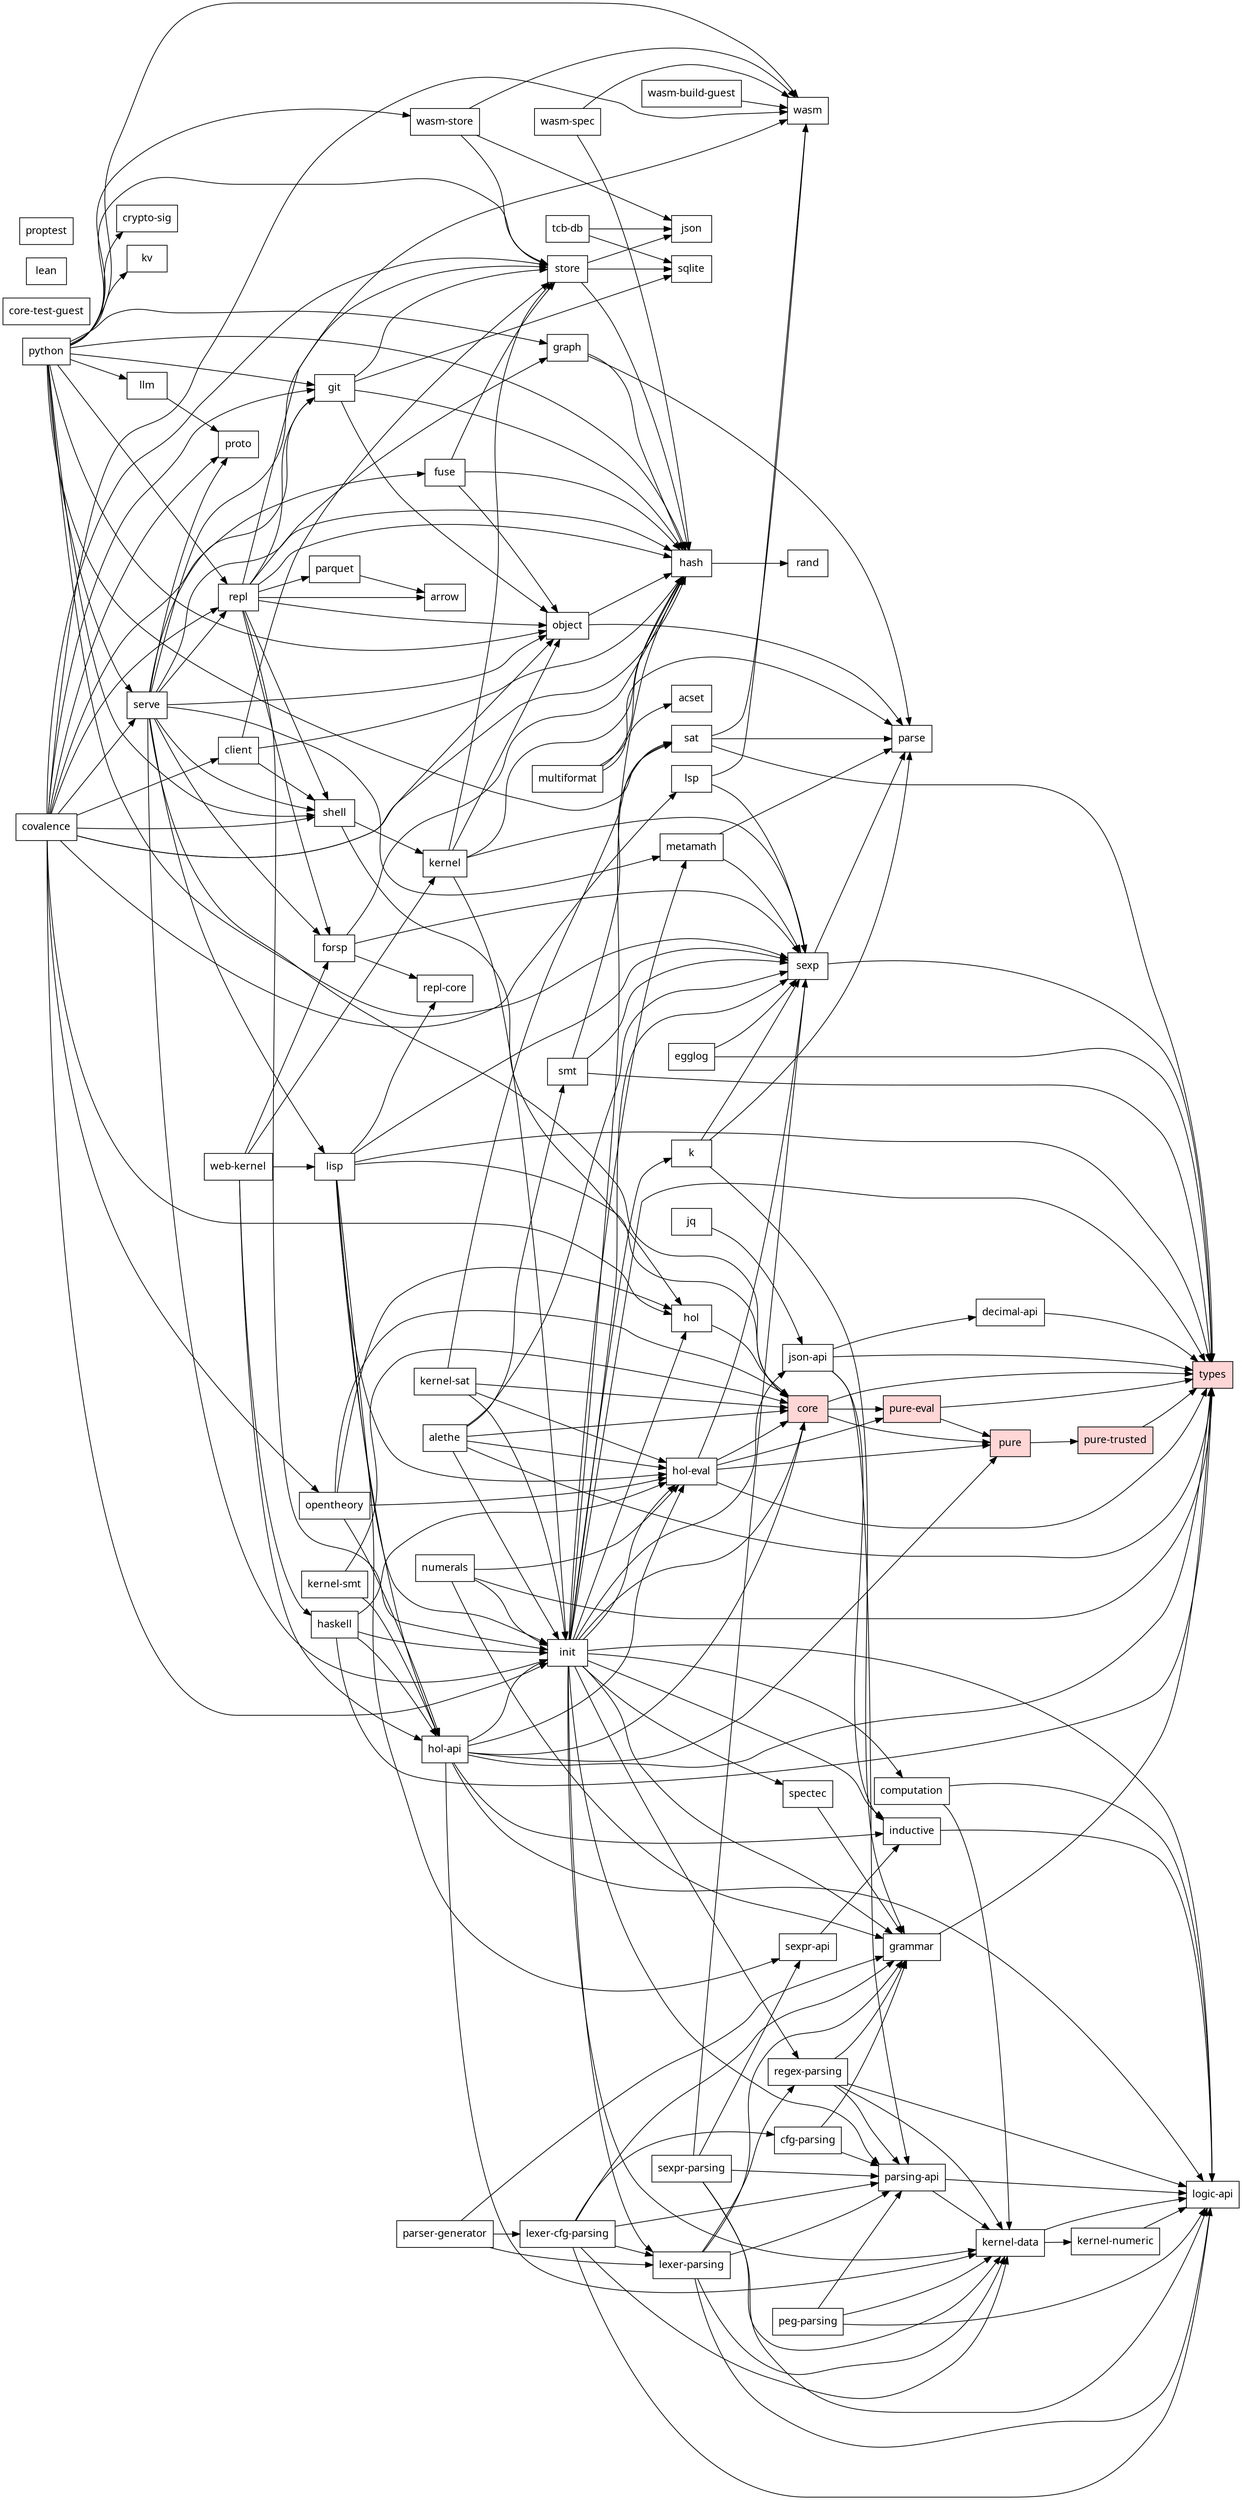
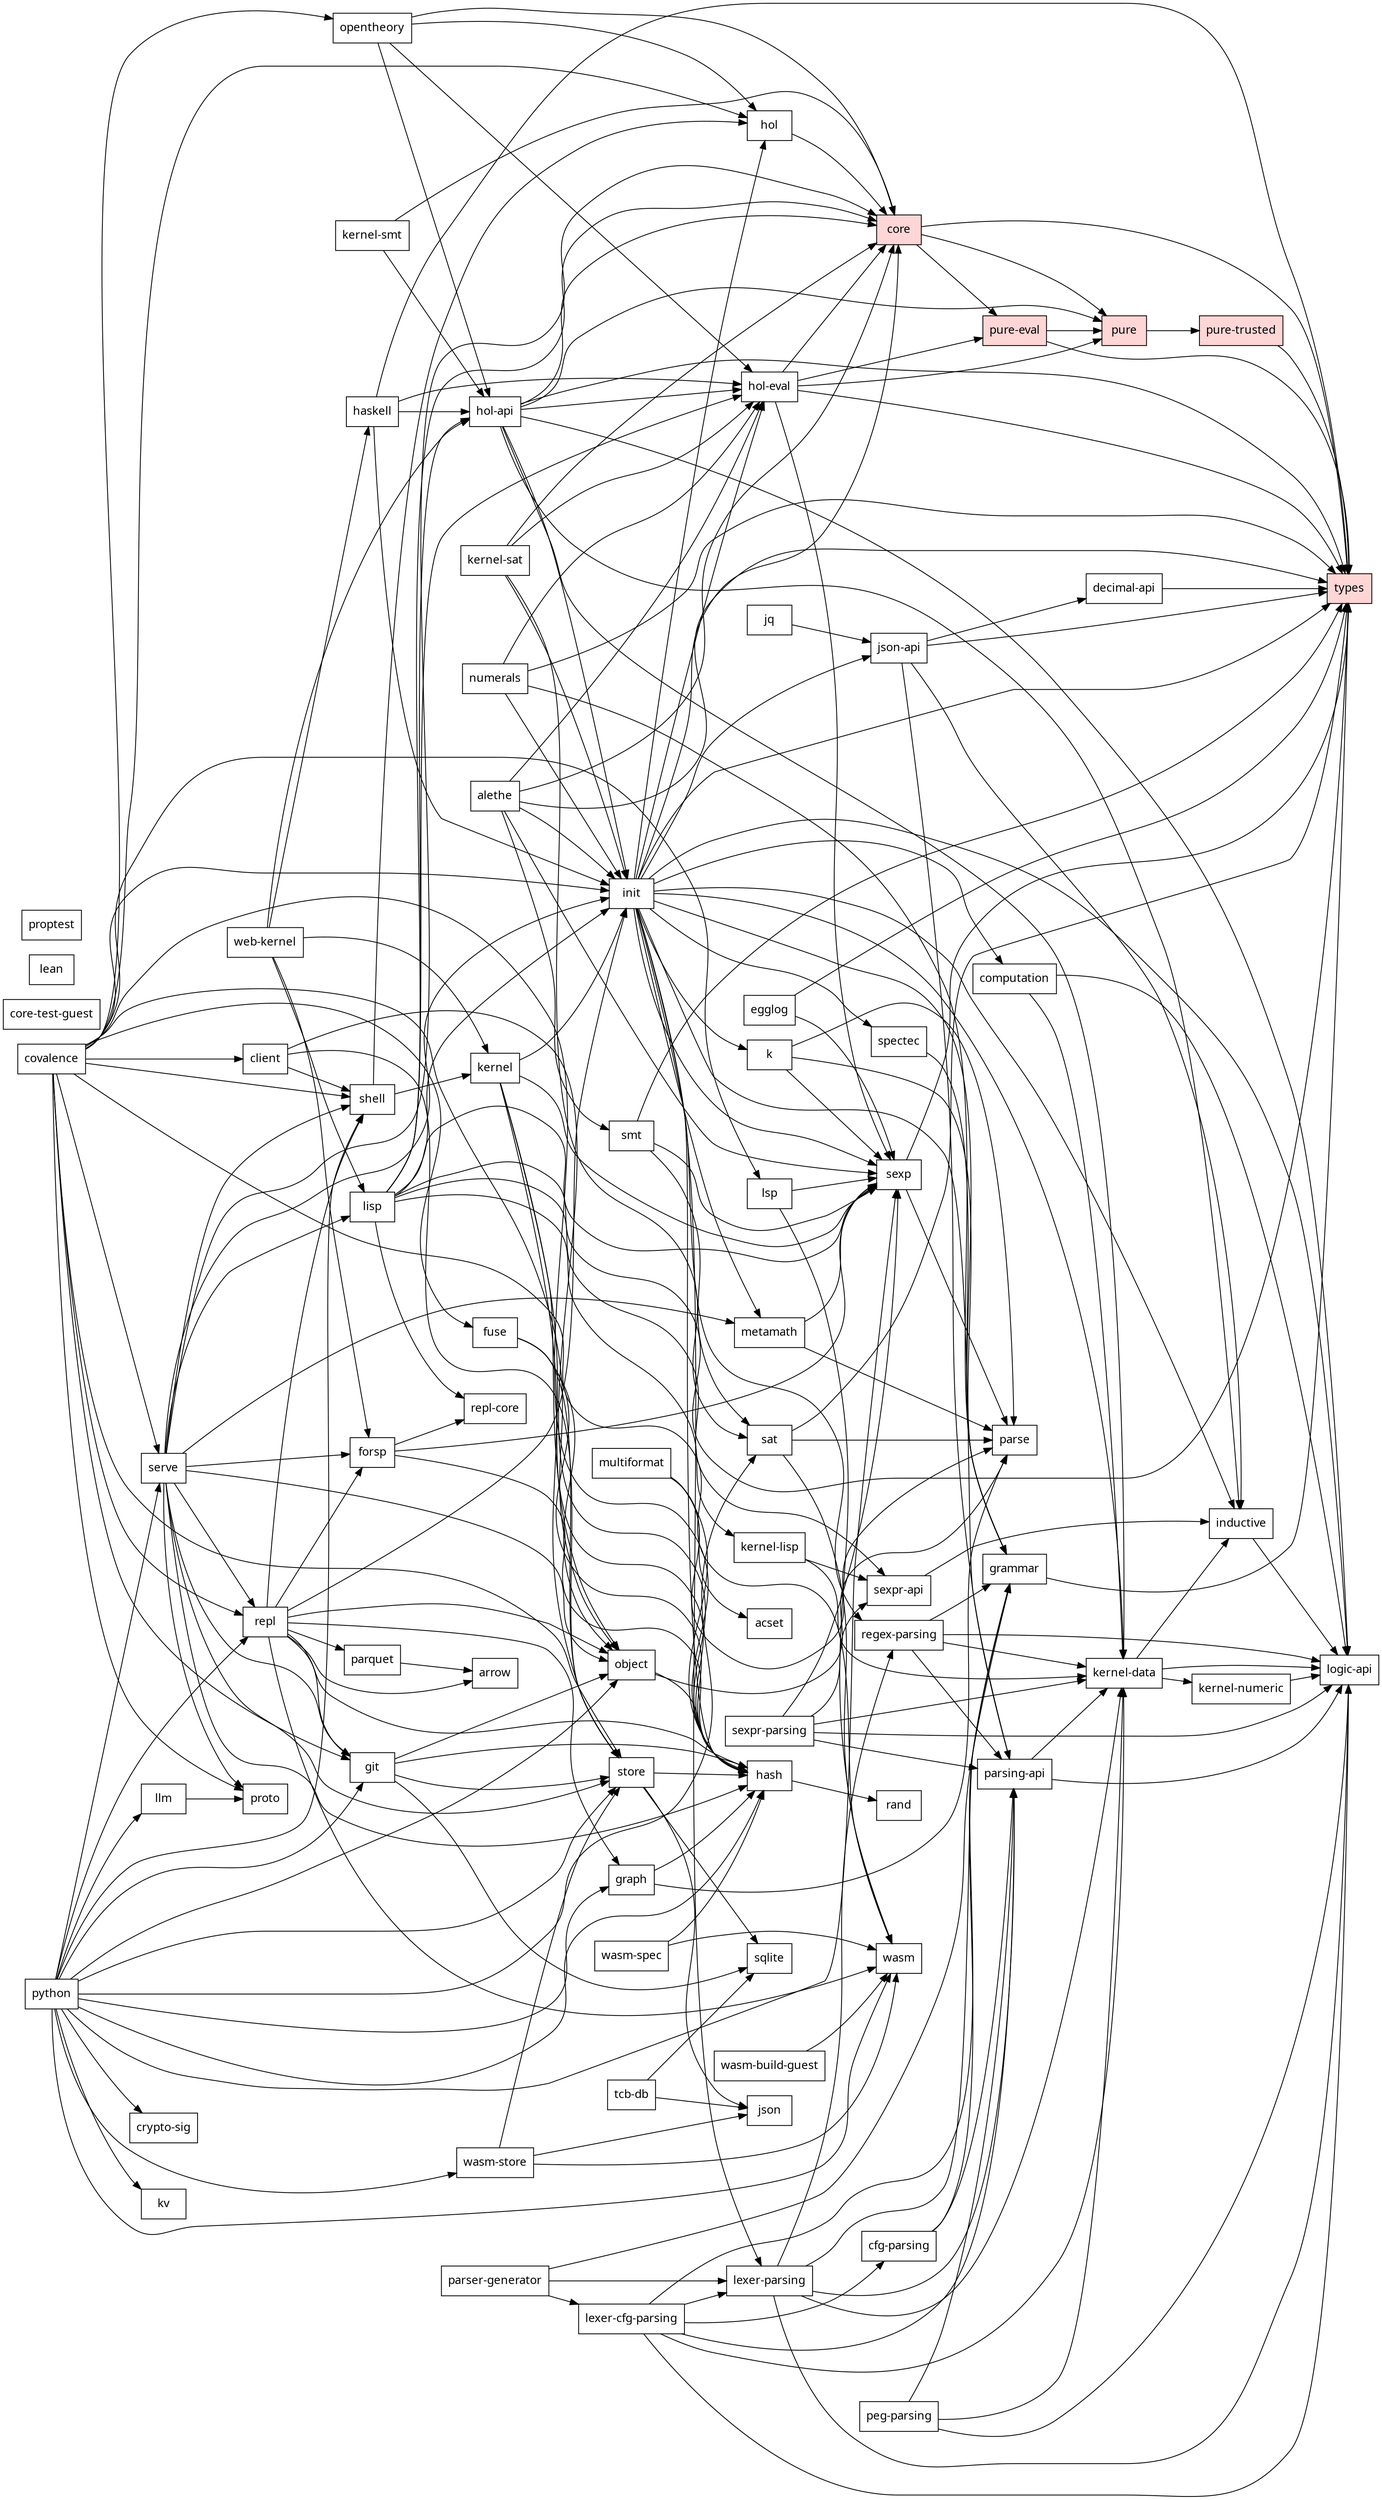
// Generated by scripts/dep-graph.mjs — do not edit (run `bun run deps`).
digraph deps {
  rankdir=LR;
  node [shape=box, fontname="sans-serif"];
  "covalence";
  "acset";
  "alethe";
  "arrow";
  "cfg-parsing";
  "client";
  "computation";
  "core" [style=filled, fillcolor="#ffd6d6"];
  "core-test-guest";
  "crypto-sig";
  "decimal-api";
  "egglog";
  "forsp";
  "fuse";
  "git";
  "grammar";
  "graph";
  "hash";
  "haskell";
  "hol";
  "hol-api";
  "hol-eval";
  "inductive";
  "init";
  "jq";
  "json";
  "json-api";
  "k";
  "kernel";
  "kernel-data";
+   "kernel-lisp";
  "kernel-numeric";
  "kernel-sat";
  "kernel-smt";
  "kv";
  "lean";
  "lexer-cfg-parsing";
  "lexer-parsing";
  "lisp";
  "llm";
  "logic-api";
  "lsp";
  "metamath";
  "multiformat";
  "numerals";
  "object";
  "opentheory";
  "parquet";
  "parse";
  "parser-generator";
  "parsing-api";
  "peg-parsing";
  "proptest";
  "proto";
  "pure" [style=filled, fillcolor="#ffd6d6"];
  "pure-eval" [style=filled, fillcolor="#ffd6d6"];
  "pure-trusted" [style=filled, fillcolor="#ffd6d6"];
  "python";
  "rand";
  "regex-parsing";
  "repl";
  "repl-core";
  "sat";
  "serve";
  "sexp";
  "sexpr-api";
  "sexpr-parsing";
  "shell";
  "smt";
  "spectec";
  "sqlite";
  "store";
  "tcb-db";
  "types" [style=filled, fillcolor="#ffd6d6"];
  "wasm";
  "wasm-build-guest";
  "wasm-spec";
  "wasm-store";
  "web-kernel";
  "covalence" -> "client";
  "covalence" -> "fuse";
  "covalence" -> "git";
  "covalence" -> "hash";
  "covalence" -> "hol";
  "covalence" -> "init";
  "covalence" -> "lsp";
  "covalence" -> "object";
  "covalence" -> "opentheory";
  "covalence" -> "proto";
  "covalence" -> "repl";
  "covalence" -> "serve";
  "covalence" -> "shell";
  "covalence" -> "store";
  "covalence" -> "wasm";
  "alethe" -> "core";
  "alethe" -> "hol-eval";
  "alethe" -> "init";
  "alethe" -> "sexp";
  "alethe" -> "smt";
  "alethe" -> "types";
  "cfg-parsing" -> "grammar";
  "cfg-parsing" -> "parsing-api";
  "client" -> "hash";
  "client" -> "shell";
  "client" -> "store";
  "computation" -> "kernel-data";
  "computation" -> "logic-api";
  "core" -> "pure";
  "core" -> "pure-eval";
  "core" -> "types";
  "decimal-api" -> "types";
  "egglog" -> "sexp";
  "egglog" -> "types";
  "forsp" -> "hash";
  "forsp" -> "repl-core";
  "forsp" -> "sexp";
  "fuse" -> "hash";
  "fuse" -> "object";
  "fuse" -> "store";
  "git" -> "hash";
  "git" -> "object";
  "git" -> "sqlite";
  "git" -> "store";
  "grammar" -> "types";
  "graph" -> "hash";
  "graph" -> "parse";
  "hash" -> "rand";
  "haskell" -> "hol-api";
  "haskell" -> "hol-eval";
  "haskell" -> "init";
  "haskell" -> "types";
  "hol" -> "core";
  "hol-api" -> "core";
  "hol-api" -> "hol-eval";
  "hol-api" -> "inductive";
  "hol-api" -> "init";
  "hol-api" -> "kernel-data";
  "hol-api" -> "logic-api";
  "hol-api" -> "pure";
  "hol-api" -> "types";
  "hol-eval" -> "core";
  "hol-eval" -> "pure";
  "hol-eval" -> "pure-eval";
  "hol-eval" -> "sexp";
  "hol-eval" -> "types";
  "inductive" -> "logic-api";
  "init" -> "computation";
  "init" -> "core";
  "init" -> "grammar";
  "init" -> "hash";
  "init" -> "hol";
  "init" -> "hol-eval";
  "init" -> "inductive";
  "init" -> "json-api";
  "init" -> "k";
  "init" -> "kernel-data";
  "init" -> "lexer-parsing";
  "init" -> "logic-api";
  "init" -> "metamath";
  "init" -> "parsing-api";
  "init" -> "regex-parsing";
  "init" -> "sexp";
  "init" -> "spectec";
  "init" -> "types";
  "jq" -> "json-api";
  "json-api" -> "decimal-api";
  "json-api" -> "inductive";
  "json-api" -> "parsing-api";
  "json-api" -> "types";
  "k" -> "grammar";
  "k" -> "parse";
  "k" -> "sexp";
  "kernel" -> "hash";
  "kernel" -> "init";
  "kernel" -> "object";
  "kernel" -> "sexp";
  "kernel" -> "store";
+   "kernel-data" -> "inductive";
  "kernel-data" -> "kernel-numeric";
  "kernel-data" -> "logic-api";
+   "kernel-lisp" -> "kernel-data";
+   "kernel-lisp" -> "sexpr-api";
  "kernel-numeric" -> "logic-api";
  "kernel-sat" -> "core";
  "kernel-sat" -> "hol-eval";
  "kernel-sat" -> "init";
  "kernel-sat" -> "sat";
  "kernel-smt" -> "core";
  "kernel-smt" -> "hol-api";
  "lexer-cfg-parsing" -> "cfg-parsing";
  "lexer-cfg-parsing" -> "grammar";
  "lexer-cfg-parsing" -> "kernel-data";
  "lexer-cfg-parsing" -> "lexer-parsing";
  "lexer-cfg-parsing" -> "logic-api";
  "lexer-cfg-parsing" -> "parsing-api";
  "lexer-parsing" -> "grammar";
  "lexer-parsing" -> "kernel-data";
  "lexer-parsing" -> "logic-api";
  "lexer-parsing" -> "parsing-api";
  "lexer-parsing" -> "regex-parsing";
  "lisp" -> "core";
  "lisp" -> "hol-api";
  "lisp" -> "hol-eval";
  "lisp" -> "init";
+   "lisp" -> "kernel-lisp";
  "lisp" -> "repl-core";
  "lisp" -> "sexp";
  "lisp" -> "sexpr-api";
  "lisp" -> "types";
  "llm" -> "proto";
  "lsp" -> "sexp";
  "lsp" -> "wasm";
  "metamath" -> "parse";
  "metamath" -> "sexp";
  "multiformat" -> "acset";
  "multiformat" -> "hash";
  "multiformat" -> "parse";
  "numerals" -> "grammar";
  "numerals" -> "hol-eval";
  "numerals" -> "init";
  "numerals" -> "types";
  "object" -> "hash";
  "object" -> "parse";
  "opentheory" -> "core";
  "opentheory" -> "hol";
  "opentheory" -> "hol-api";
  "opentheory" -> "hol-eval";
  "parquet" -> "arrow";
  "parser-generator" -> "grammar";
  "parser-generator" -> "lexer-cfg-parsing";
  "parser-generator" -> "lexer-parsing";
  "parsing-api" -> "kernel-data";
  "parsing-api" -> "logic-api";
  "peg-parsing" -> "kernel-data";
  "peg-parsing" -> "logic-api";
  "peg-parsing" -> "parsing-api";
  "pure" -> "pure-trusted";
  "pure-eval" -> "pure";
  "pure-eval" -> "types";
  "pure-trusted" -> "types";
  "python" -> "crypto-sig";
  "python" -> "git";
  "python" -> "graph";
  "python" -> "hash";
  "python" -> "kv";
  "python" -> "llm";
  "python" -> "object";
  "python" -> "repl";
  "python" -> "sat";
  "python" -> "serve";
  "python" -> "sexp";
  "python" -> "shell";
  "python" -> "store";
  "python" -> "wasm";
  "python" -> "wasm-store";
  "regex-parsing" -> "grammar";
  "regex-parsing" -> "kernel-data";
  "regex-parsing" -> "logic-api";
  "regex-parsing" -> "parsing-api";
  "repl" -> "arrow";
  "repl" -> "forsp";
  "repl" -> "git";
  "repl" -> "graph";
  "repl" -> "hash";
  "repl" -> "init";
  "repl" -> "object";
  "repl" -> "parquet";
  "repl" -> "shell";
  "repl" -> "wasm";
  "sat" -> "parse";
  "sat" -> "types";
  "sat" -> "wasm";
  "serve" -> "core";
  "serve" -> "forsp";
  "serve" -> "git";
  "serve" -> "hash";
  "serve" -> "init";
  "serve" -> "lisp";
  "serve" -> "metamath";
  "serve" -> "object";
  "serve" -> "proto";
  "serve" -> "repl";
  "serve" -> "shell";
  "serve" -> "store";
  "sexp" -> "parse";
  "sexp" -> "types";
  "sexpr-api" -> "inductive";
  "sexpr-parsing" -> "kernel-data";
  "sexpr-parsing" -> "logic-api";
  "sexpr-parsing" -> "parsing-api";
  "sexpr-parsing" -> "sexp";
  "sexpr-parsing" -> "sexpr-api";
  "shell" -> "hol";
  "shell" -> "kernel";
  "smt" -> "sat";
  "smt" -> "sexp";
  "smt" -> "types";
  "spectec" -> "grammar";
  "store" -> "hash";
  "store" -> "json";
  "store" -> "sqlite";
  "tcb-db" -> "json";
  "tcb-db" -> "sqlite";
  "wasm-build-guest" -> "wasm";
  "wasm-spec" -> "hash";
  "wasm-spec" -> "wasm";
  "wasm-store" -> "json";
  "wasm-store" -> "store";
  "wasm-store" -> "wasm";
  "web-kernel" -> "forsp";
  "web-kernel" -> "haskell";
  "web-kernel" -> "hol-api";
  "web-kernel" -> "kernel";
  "web-kernel" -> "lisp";
}
